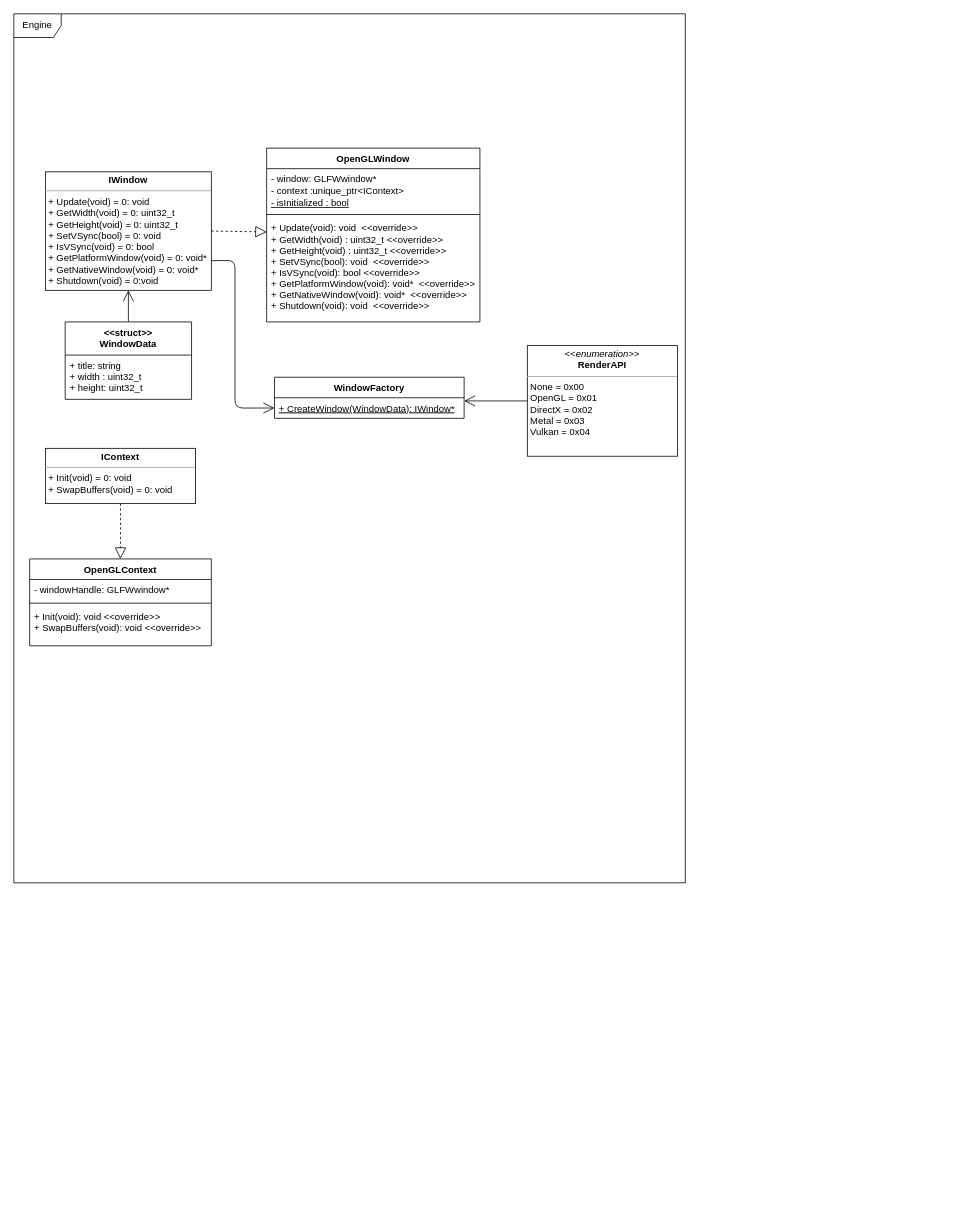
This is simpleEngine.drawio from Render-Devs/SimpleEngine, a draw.io file, before an edit. Source tidied: cells renumbered, new cells numbered last; positions are measured from the earlier drawing's top-left corner, leaving out a move shared by most shapes. Both pictures are drawn from the tidied source at 79%, with x=0, y=0 at pixel (13, 13).
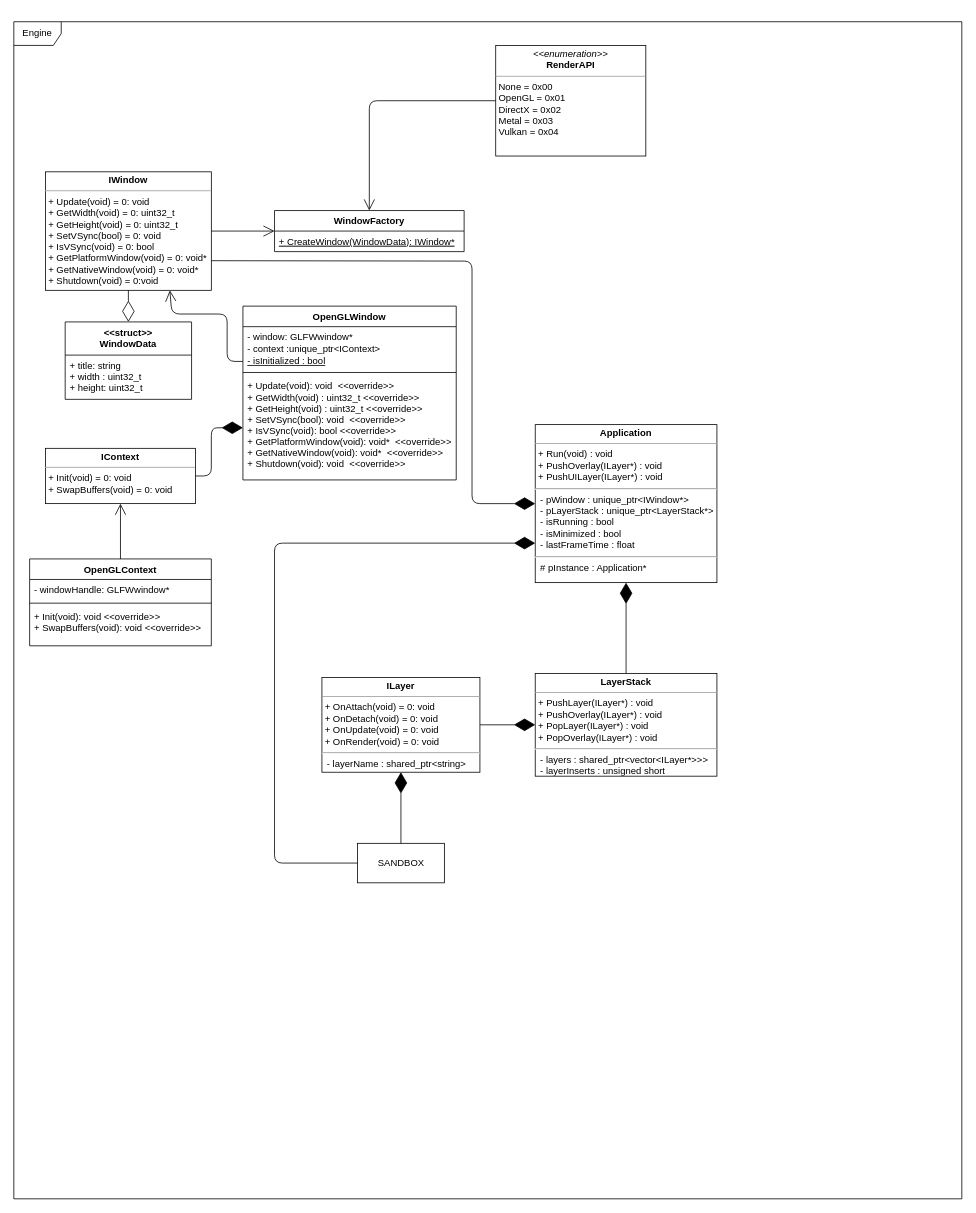
The same diagram, later.

Commit message (it also covers changes not shown here):
Update UML diagram. Provide worked prototype with temp solution

Unchanged cells that the change refers to:
```xml
<mxCell id="3" value="&lt;p style=&quot;margin: 0px ; margin-top: 4px ; text-align: center&quot;&gt;&lt;b&gt;IContext&lt;/b&gt;&lt;/p&gt;&lt;hr size=&quot;1&quot;&gt;&lt;p style=&quot;margin: 0px ; margin-left: 4px&quot;&gt;+ Init(void) = 0: void&lt;br&gt;+ SwapBuffers(void) = 0: void&lt;/p&gt;" style="verticalAlign=top;align=left;overflow=fill;fontSize=12;fontFamily=Helvetica;html=1;" parent="1" vertex="1">
  <mxGeometry x="40" y="550" width="190" height="70" as="geometry" />
</mxCell>
<mxCell id="4" value="&lt;p style=&quot;margin: 0px ; margin-top: 4px ; text-align: center&quot;&gt;&lt;b&gt;IWindow&lt;/b&gt;&lt;/p&gt;&lt;hr size=&quot;1&quot;&gt;&lt;p style=&quot;margin: 0px ; margin-left: 4px&quot;&gt;&lt;span&gt;+ Update(void) = 0: void&lt;/span&gt;&lt;br&gt;&lt;/p&gt;&lt;p style=&quot;margin: 0px ; margin-left: 4px&quot;&gt;+ GetWidth(void) = 0: uint32_t&lt;/p&gt;&lt;p style=&quot;margin: 0px ; margin-left: 4px&quot;&gt;+ GetHeight(void) = 0: uint32_t&lt;br&gt;&lt;/p&gt;&lt;p style=&quot;margin: 0px ; margin-left: 4px&quot;&gt;+ SetVSync(bool) = 0: void&lt;/p&gt;&lt;p style=&quot;margin: 0px ; margin-left: 4px&quot;&gt;+ IsVSync(void) = 0: bool&lt;br&gt;&lt;/p&gt;&lt;p style=&quot;margin: 0px ; margin-left: 4px&quot;&gt;+ GetPlatformWindow(void) = 0: void*&lt;/p&gt;&lt;p style=&quot;margin: 0px ; margin-left: 4px&quot;&gt;+ GetNativeWindow(void) = 0: void*&lt;br&gt;&lt;/p&gt;&lt;p style=&quot;margin: 0px ; margin-left: 4px&quot;&gt;+ Shutdown(void) = 0:void&lt;/p&gt;" style="verticalAlign=top;align=left;overflow=fill;fontSize=12;fontFamily=Helvetica;html=1;" parent="1" vertex="1">
  <mxGeometry x="40" y="200" width="210" height="150" as="geometry" />
</mxCell>
<mxCell id="6" value="&lt;&lt;struct&gt;&gt;&#10;WindowData" style="swimlane;fontStyle=1;align=center;verticalAlign=top;horizontal=1;startSize=42;" parent="1" vertex="1">
  <mxGeometry x="65" y="390" width="160" height="98" as="geometry" />
</mxCell>
<mxCell id="9" value="OpenGLContext" style="swimlane;fontStyle=1;align=center;verticalAlign=top;horizontal=1;startSize=26;" parent="1" vertex="1">
  <mxGeometry x="20" y="690" width="230" height="110" as="geometry" />
</mxCell>
<mxCell id="15" value="&lt;u&gt;- isInitialized : bool&lt;/u&gt;" style="text;html=1;strokeColor=none;fillColor=none;align=left;verticalAlign=middle;whiteSpace=wrap;rounded=0;fontColor=#000000;spacingLeft=4;spacingRight=4;" parent="13" vertex="1">
  <mxGeometry y="60" width="270" height="20" as="geometry" />
</mxCell>
<mxCell id="17" value="+ Update(void): void  &lt;&lt;override&gt;&gt;&#10;+ GetWidth(void) : uint32_t &lt;&lt;override&gt;&gt;&#10;+ GetHeight(void) : uint32_t &lt;&lt;override&gt;&gt;&#10;+ SetVSync(bool): void  &lt;&lt;override&gt;&gt;&#10;+ IsVSync(void): bool &lt;&lt;override&gt;&gt;&#10;+ GetPlatformWindow(void): void*  &lt;&lt;override&gt;&gt;&#10;+ GetNativeWindow(void): void*  &lt;&lt;override&gt;&gt;&#10;+ Shutdown(void): void  &lt;&lt;override&gt;&gt;&#10;" style="text;strokeColor=none;fillColor=none;align=left;verticalAlign=top;spacingLeft=4;spacingRight=4;overflow=hidden;points=[[0,0.5],[1,0.5]];portConstraint=eastwest;" parent="13" vertex="1">
  <mxGeometry y="88" width="270" height="132" as="geometry" />
</mxCell>
```

Change to the diagram source:
```diff
@@
     <mxCell id="2" value="Engine" style="shape=umlFrame;whiteSpace=wrap;html=1;" parent="1" vertex="1">
-      <mxGeometry width="850" height="1100" as="geometry" />
+      <mxGeometry y="10" width="1200" height="1490" as="geometry" />
     </mxCell>
@@
     <mxCell id="5" value="&lt;p style=&quot;margin: 0px ; margin-top: 4px ; text-align: center&quot;&gt;&lt;i&gt;&amp;lt;&amp;lt;enumeration&amp;gt;&amp;gt;&lt;/i&gt;&lt;br&gt;&lt;b&gt;RenderAPI&lt;/b&gt;&lt;/p&gt;&lt;hr size=&quot;1&quot;&gt;&lt;p style=&quot;margin: 0px ; margin-left: 4px&quot;&gt;None = 0x00&lt;/p&gt;&lt;p style=&quot;margin: 0px ; margin-left: 4px&quot;&gt;OpenGL = 0x01&lt;/p&gt;&lt;p style=&quot;margin: 0px ; margin-left: 4px&quot;&gt;DirectX = 0x02&lt;/p&gt;&lt;p style=&quot;margin: 0px ; margin-left: 4px&quot;&gt;Metal = 0x03&lt;/p&gt;&lt;p style=&quot;margin: 0px ; margin-left: 4px&quot;&gt;Vulkan = 0x04&lt;/p&gt;&lt;p style=&quot;margin: 0px ; margin-left: 4px&quot;&gt;&lt;br&gt;&lt;/p&gt;" style="verticalAlign=top;align=left;overflow=fill;fontSize=12;fontFamily=Helvetica;html=1;" parent="1" vertex="1">
-      <mxGeometry x="650" y="420" width="190" height="140" as="geometry" />
+      <mxGeometry x="610" y="40" width="190" height="140" as="geometry" />
     </mxCell>
@@
-    <mxCell id="8" style="endArrow=open;endFill=1;endSize=12;html=1;entryX=0.5;entryY=1;entryDx=0;entryDy=0;exitX=0.5;exitY=0;exitDx=0;exitDy=0;" parent="1" edge="1" source="6" target="4">
-      <mxGeometry relative="1" as="geometry" />
-    </mxCell>
@@
+    <mxCell id="24" value="&lt;p style=&quot;margin: 0px ; margin-top: 4px ; text-align: center&quot;&gt;&lt;b&gt;ILayer&lt;/b&gt;&lt;/p&gt;&lt;hr size=&quot;1&quot;&gt;&lt;p style=&quot;margin: 0px ; margin-left: 4px&quot;&gt;+ OnAttach(void) = 0: void&lt;br&gt;&lt;span&gt;+ OnDetach(void) = 0: void&lt;/span&gt;&lt;br&gt;&lt;/p&gt;&lt;p style=&quot;margin: 0px ; margin-left: 4px&quot;&gt;+ OnUpdate(void) = 0: void&lt;br&gt;&lt;/p&gt;&lt;p style=&quot;margin: 0px ; margin-left: 4px&quot;&gt;+ OnRender(void) = 0: void&lt;br&gt;&lt;/p&gt;&lt;hr&gt;&amp;nbsp; - layerName : shared_ptr&amp;lt;string&amp;gt;" style="verticalAlign=top;align=left;overflow=fill;fontSize=12;fontFamily=Helvetica;html=1;" parent="1" vertex="1">
+      <mxGeometry x="390" y="840" width="200" height="120" as="geometry" />
+    </mxCell>
+    <mxCell id="20" value="WindowFactory" style="swimlane;fontStyle=1;align=center;verticalAlign=top;horizontal=1;startSize=26;swimlaneLine=1;" parent="1" vertex="1">
+      <mxGeometry x="330" y="249" width="240" height="52" as="geometry" />
+    </mxCell>
+    <mxCell id="21" value="+ CreateWindow(WindowData): IWindow*" style="text;strokeColor=none;fillColor=none;align=left;verticalAlign=top;spacingLeft=4;spacingRight=4;overflow=hidden;points=[[0,0.5],[1,0.5]];portConstraint=eastwest;fontStyle=4;labelBorderColor=none;horizontal=1;" parent="20" vertex="1">
+      <mxGeometry y="26" width="240" height="26" as="geometry" />
+    </mxCell>
     <mxCell id="13" value="OpenGLWindow" style="swimlane;fontStyle=1;align=center;verticalAlign=top;horizontal=1;startSize=26;" parent="1" vertex="1">
-      <mxGeometry x="320" y="170" width="270" height="220" as="geometry" />
+      <mxGeometry x="290" y="370" width="270" height="220" as="geometry" />
     </mxCell>
@@
-    <mxCell id="18" style="endArrow=block;dashed=1;endFill=0;endSize=12;html=1;exitX=1;exitY=0.5;exitDx=0;exitDy=0;entryX=0.001;entryY=0.137;entryDx=0;entryDy=0;entryPerimeter=0;" parent="1" edge="1" source="4" target="17">
-      <mxGeometry relative="1" as="geometry" />
-    </mxCell>
-    <mxCell id="19" style="endArrow=block;dashed=1;endFill=0;endSize=12;html=1;entryX=0.5;entryY=0;entryDx=0;entryDy=0;exitX=0.5;exitY=1;exitDx=0;exitDy=0;" parent="1" edge="1" source="3" target="9">
-      <mxGeometry relative="1" as="geometry" />
-    </mxCell>
-    <mxCell id="20" value="WindowFactory" style="swimlane;fontStyle=1;align=center;verticalAlign=top;horizontal=1;startSize=26;swimlaneLine=1;" parent="1" vertex="1">
-      <mxGeometry x="330" y="460" width="240" height="52" as="geometry" />
-    </mxCell>
-    <mxCell id="21" value="+ CreateWindow(WindowData): IWindow*" style="text;strokeColor=none;fillColor=none;align=left;verticalAlign=top;spacingLeft=4;spacingRight=4;overflow=hidden;points=[[0,0.5],[1,0.5]];portConstraint=eastwest;fontStyle=4;labelBorderColor=none;horizontal=1;" parent="20" vertex="1">
-      <mxGeometry y="26" width="240" height="26" as="geometry" />
-    </mxCell>
-    <mxCell id="22" style="endArrow=open;endFill=1;endSize=12;html=1;exitX=1;exitY=0.75;exitDx=0;exitDy=0;entryX=0;entryY=0.5;entryDx=0;entryDy=0;" parent="1" edge="1" source="4" target="21">
-      <mxGeometry relative="1" as="geometry">
-        <Array as="points">
-          <mxPoint x="280" y="312" />
-          <mxPoint x="280" y="499" />
-        </Array>
-      </mxGeometry>
-    </mxCell>
-    <mxCell id="23" style="endArrow=open;endFill=1;endSize=12;html=1;exitX=0;exitY=0.5;exitDx=0;exitDy=0;entryX=1;entryY=0.154;entryDx=0;entryDy=0;entryPerimeter=0;" parent="1" edge="1" source="5" target="21">
-      <mxGeometry relative="1" as="geometry" />
-    </mxCell>
+    <mxCell id="25" value="&lt;p style=&quot;margin: 0px ; margin-top: 4px ; text-align: center&quot;&gt;&lt;b&gt;LayerStack&lt;/b&gt;&lt;/p&gt;&lt;hr size=&quot;1&quot;&gt;&lt;p style=&quot;margin: 0px ; margin-left: 4px&quot;&gt;+ PushLayer(ILayer*) : void&lt;br&gt;&lt;span&gt;+ PushOverlay(&lt;/span&gt;ILayer*&lt;span&gt;) : void&lt;/span&gt;&lt;br&gt;&lt;/p&gt;&lt;p style=&quot;margin: 0px ; margin-left: 4px&quot;&gt;+ PopLayer(ILayer*) : void&lt;br&gt;&lt;/p&gt;&lt;p style=&quot;margin: 0px ; margin-left: 4px&quot;&gt;+ PopOverlay(ILayer*) : void&lt;br&gt;&lt;/p&gt;&lt;hr&gt;&amp;nbsp; - layers : shared_ptr&amp;lt;vector&amp;lt;ILayer*&amp;gt;&amp;gt;&amp;gt;&lt;br&gt;&amp;nbsp; - layerInserts : unsigned short" style="verticalAlign=top;align=left;overflow=fill;fontSize=12;fontFamily=Helvetica;html=1;" parent="1" vertex="1">
+      <mxGeometry x="660" y="835" width="230" height="130" as="geometry" />
+    </mxCell>
+    <mxCell id="26" value="&lt;p style=&quot;margin: 0px ; margin-top: 4px ; text-align: center&quot;&gt;&lt;b&gt;Application&lt;/b&gt;&lt;/p&gt;&lt;hr size=&quot;1&quot;&gt;&lt;p style=&quot;margin: 0px ; margin-left: 4px&quot;&gt;+ Run(void) : void&lt;br&gt;&lt;span&gt;+ PushOverlay(&lt;/span&gt;ILayer*&lt;span&gt;) : void&lt;/span&gt;&lt;br&gt;&lt;/p&gt;&lt;p style=&quot;margin: 0px ; margin-left: 4px&quot;&gt;+ PushUILayer(ILayer*) : void&lt;/p&gt;&lt;hr&gt;&amp;nbsp; - pWindow : unique_ptr&amp;lt;IWindow*&amp;gt;&lt;br&gt;&amp;nbsp; - pLayerStack : unique_ptr&amp;lt;LayerStack*&amp;gt;&lt;br&gt;&amp;nbsp; - isRunning : bool&lt;br&gt;&amp;nbsp; - isMinimized : bool&lt;br&gt;&amp;nbsp; - lastFrameTime : float&lt;hr&gt;&amp;nbsp; # pInstance : Application*" style="verticalAlign=top;align=left;overflow=fill;fontSize=12;fontFamily=Helvetica;html=1;" parent="1" vertex="1">
+      <mxGeometry x="660" y="520" width="230" height="200" as="geometry" />
+    </mxCell>
+    <mxCell id="27" style="endArrow=diamondThin;endFill=1;endSize=24;html=1;exitX=0.5;exitY=0;exitDx=0;exitDy=0;entryX=0.5;entryY=1;entryDx=0;entryDy=0;" parent="1" edge="1" source="25" target="26">
+      <mxGeometry relative="1" as="geometry" />
+    </mxCell>
+    <mxCell id="28" style="endArrow=diamondThin;endFill=1;endSize=24;html=1;exitX=1;exitY=0.5;exitDx=0;exitDy=0;entryX=0;entryY=0.5;entryDx=0;entryDy=0;" parent="1" edge="1" source="24" target="25">
+      <mxGeometry relative="1" as="geometry" />
+    </mxCell>
+    <mxCell id="29" style="endArrow=open;endFill=1;endSize=12;html=1;exitX=0.5;exitY=0;exitDx=0;exitDy=0;entryX=0.5;entryY=1;entryDx=0;entryDy=0;" parent="1" edge="1" source="9" target="3">
+      <mxGeometry relative="1" as="geometry" />
+    </mxCell>
+    <mxCell id="30" style="endArrow=diamondThin;endFill=0;endSize=24;html=1;entryX=0.5;entryY=0;entryDx=0;entryDy=0;exitX=0.5;exitY=1;exitDx=0;exitDy=0;" parent="1" edge="1" source="4" target="6">
+      <mxGeometry relative="1" as="geometry" />
+    </mxCell>
+    <mxCell id="31" style="endArrow=diamondThin;endFill=1;endSize=24;html=1;exitX=1;exitY=0.5;exitDx=0;exitDy=0;entryX=0;entryY=0.5;entryDx=0;entryDy=0;" parent="1" edge="1" source="3" target="17">
+      <mxGeometry relative="1" as="geometry">
+        <Array as="points">
+          <mxPoint x="250" y="585" />
+          <mxPoint x="250" y="524" />
+        </Array>
+      </mxGeometry>
+    </mxCell>
+    <mxCell id="32" style="endArrow=open;endFill=1;endSize=12;html=1;exitX=1;exitY=0.5;exitDx=0;exitDy=0;" parent="1" edge="1" source="4">
+      <mxGeometry relative="1" as="geometry">
+        <mxPoint x="330" y="275" as="targetPoint" />
+      </mxGeometry>
+    </mxCell>
+    <mxCell id="33" style="endArrow=open;endFill=1;endSize=12;html=1;entryX=0.75;entryY=1;entryDx=0;entryDy=0;exitX=0;exitY=0.5;exitDx=0;exitDy=0;" parent="1" edge="1" source="15" target="4">
+      <mxGeometry relative="1" as="geometry">
+        <Array as="points">
+          <mxPoint x="270" y="440" />
+          <mxPoint x="270" y="380" />
+          <mxPoint x="200" y="380" />
+        </Array>
+      </mxGeometry>
+    </mxCell>
+    <mxCell id="34" style="endArrow=open;endFill=1;endSize=12;html=1;entryX=0.5;entryY=0;entryDx=0;entryDy=0;exitX=0;exitY=0.5;exitDx=0;exitDy=0;" parent="1" edge="1" source="5" target="20">
+      <mxGeometry relative="1" as="geometry">
+        <Array as="points">
+          <mxPoint x="450" y="110" />
+        </Array>
+      </mxGeometry>
+    </mxCell>
+    <mxCell id="35" style="endArrow=diamondThin;endFill=1;endSize=24;html=1;entryX=0;entryY=0.5;entryDx=0;entryDy=0;exitX=1;exitY=0.75;exitDx=0;exitDy=0;" parent="1" edge="1" source="4" target="26">
+      <mxGeometry relative="1" as="geometry">
+        <Array as="points">
+          <mxPoint x="580" y="313" />
+          <mxPoint x="580" y="620" />
+        </Array>
+      </mxGeometry>
+    </mxCell>
+    <mxCell id="36" value="SANDBOX" style="html=1;" parent="1" vertex="1">
+      <mxGeometry x="435" y="1050" width="110" height="50" as="geometry" />
+    </mxCell>
+    <mxCell id="37" style="endArrow=diamondThin;endFill=1;endSize=24;html=1;entryX=0.5;entryY=1;entryDx=0;entryDy=0;exitX=0.5;exitY=0;exitDx=0;exitDy=0;" parent="1" edge="1" source="36" target="24">
+      <mxGeometry relative="1" as="geometry" />
+    </mxCell>
+    <mxCell id="38" style="endArrow=diamondThin;endFill=1;endSize=24;html=1;entryX=0;entryY=0.75;entryDx=0;entryDy=0;exitX=0;exitY=0.5;exitDx=0;exitDy=0;" parent="1" edge="1" source="36" target="26">
+      <mxGeometry relative="1" as="geometry">
+        <Array as="points">
+          <mxPoint x="330" y="1075" />
+          <mxPoint x="330" y="670" />
+        </Array>
+      </mxGeometry>
+    </mxCell>
```
